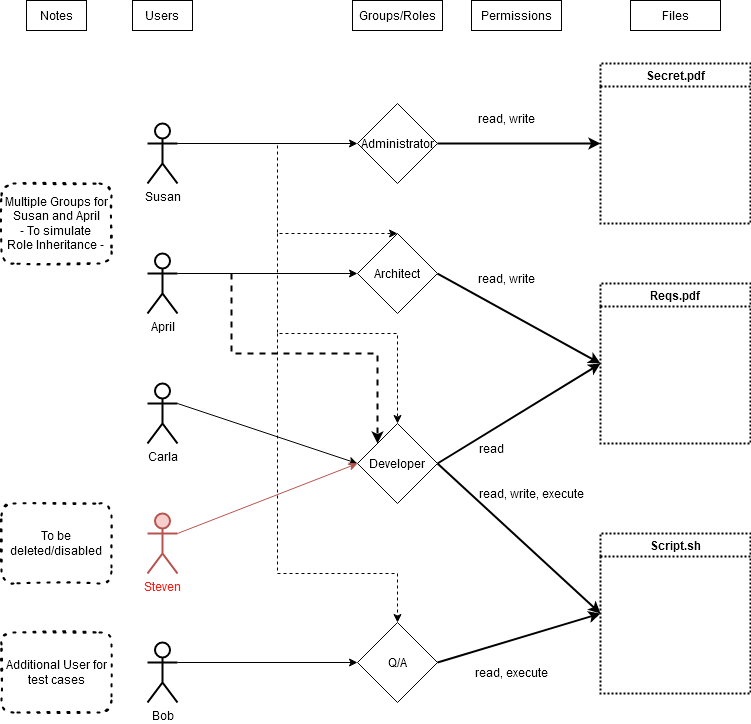
The draw.io diagram Expanded Plan.png in Nobel-CS/RBAC_test, before a commit. Source tidied: cells renumbered, new cells last; positions are measured from the earlier drawing's top-left corner, leaving out a move shared by most shapes.
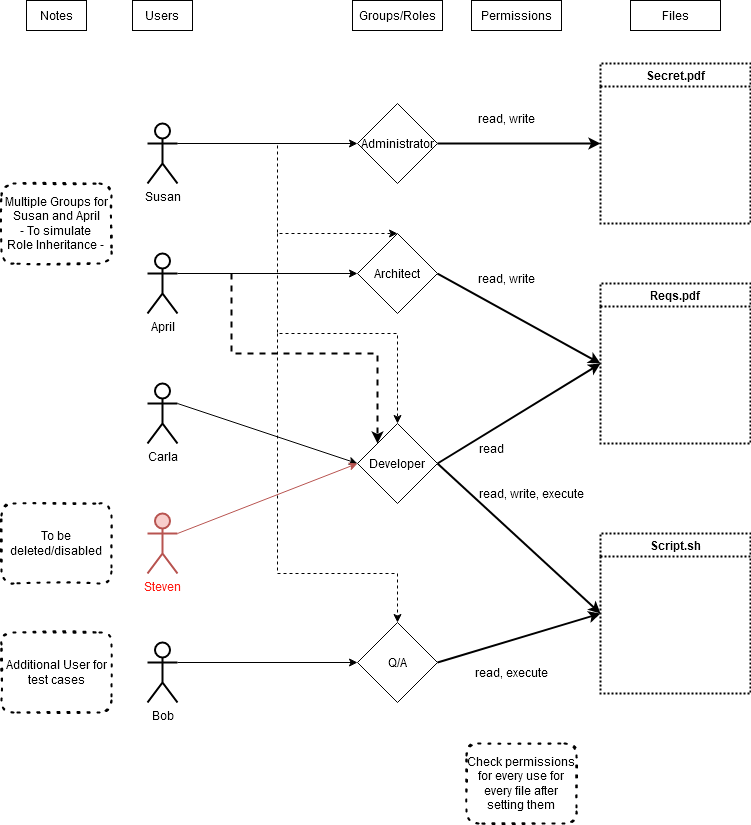
After the commit.

Change to the diagram source:
```diff
@@ -142,5 +142,8 @@
     <mxCell id="40" value="Notes" style="text;html=1;strokeColor=default;fillColor=none;align=center;verticalAlign=middle;whiteSpace=wrap;rounded=0;" parent="1" vertex="1">
       <mxGeometry x="25" width="60" height="30" as="geometry" />
     </mxCell>
+    <mxCell id="41" value="Check permissions for every use for every file after setting them" style="text;html=1;strokeColor=default;fillColor=none;align=center;verticalAlign=middle;whiteSpace=wrap;rounded=1;dashed=1;strokeWidth=2;dashPattern=1 4;glass=0;sketch=1;shadow=0;" parent="1" vertex="1">
+      <mxGeometry x="465" y="743" width="110" height="80" as="geometry" />
+    </mxCell>
   </root>
 </mxGraphModel>
```
